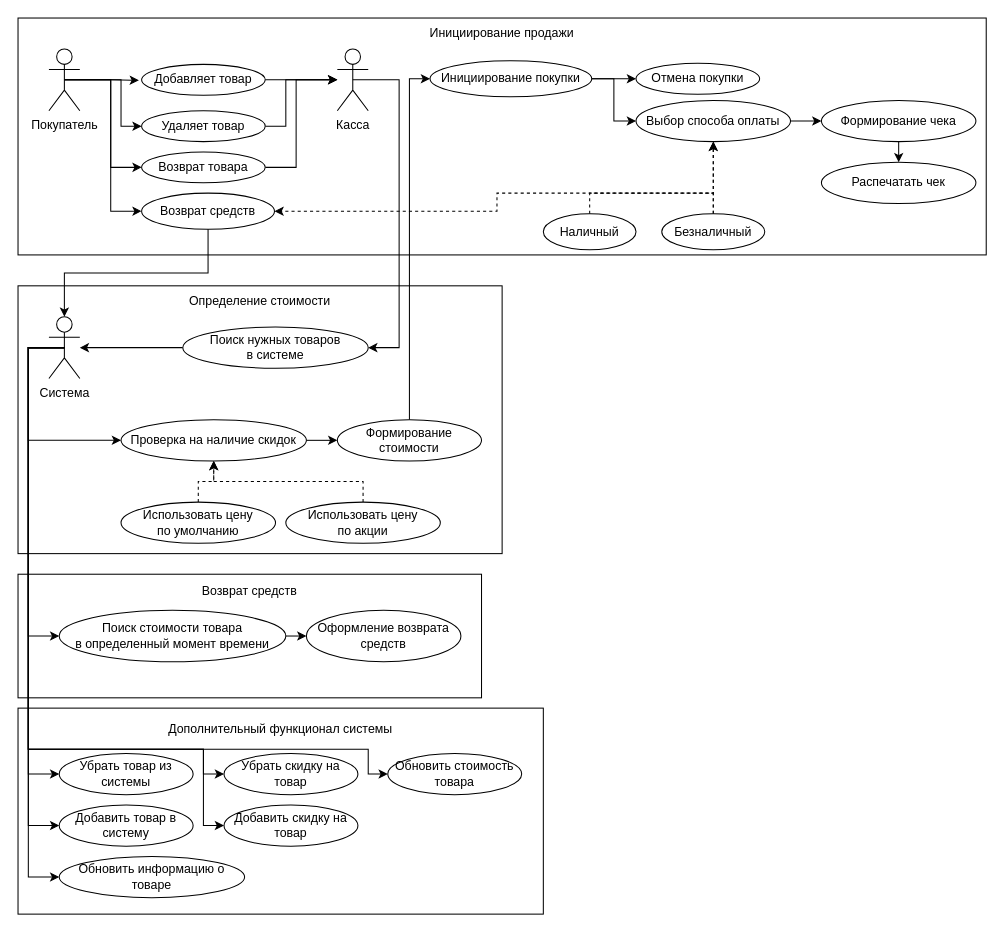
Before: page "Страница — 2" (2 of 3) of Диаграмма без названия.drawio in IlyaSannikow/Machine-learning, a draw.io diagram. Source tidied: cells renumbered, new cells numbered last; positions are measured from the earlier drawing's top-left corner, leaving out a move shared by most shapes. Both pictures are drawn from the tidied source at 103%, with x=0, y=0 at pixel (18, 18).
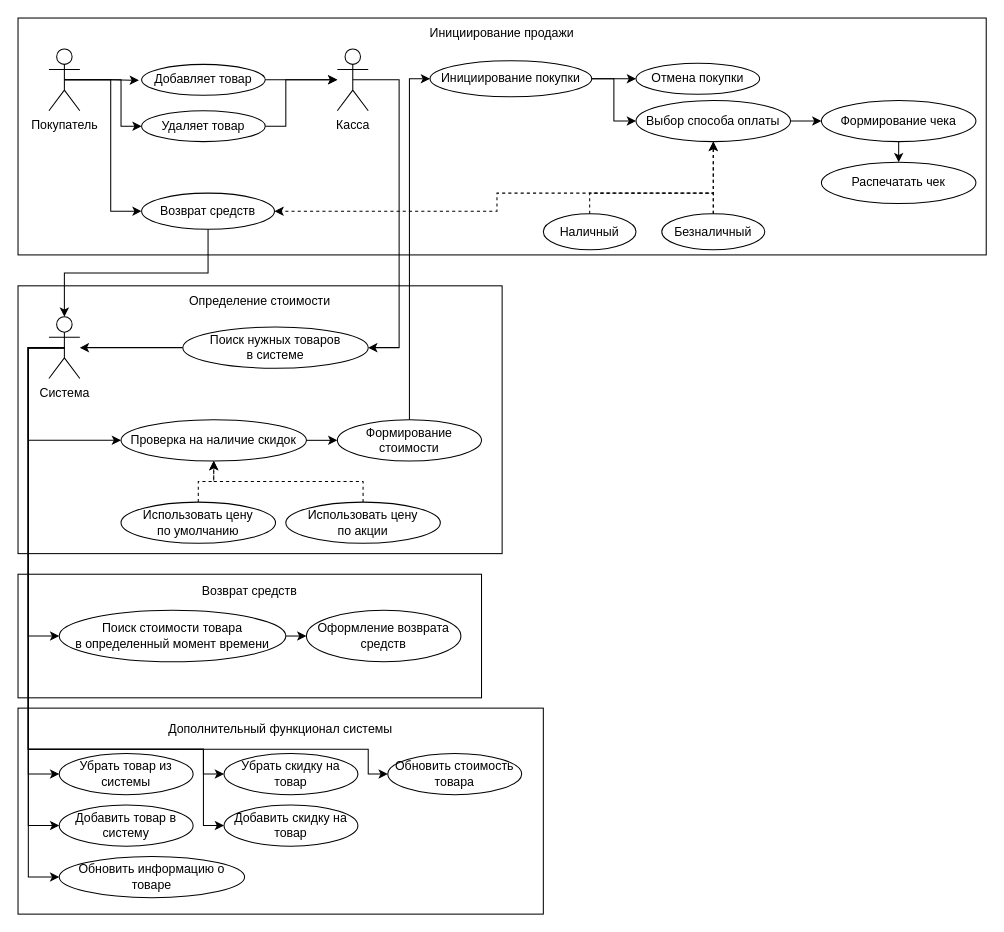
The same page after the edit.

The change refers to these unchanged cells:
```xml
<mxCell id="9" value="Покупатель" style="shape=umlActor;verticalLabelPosition=bottom;verticalAlign=top;html=1;" parent="1" vertex="1">
  <mxGeometry x="30" y="30" width="30" height="60" as="geometry" />
</mxCell>
<mxCell id="11" value="Касса" style="shape=umlActor;verticalLabelPosition=bottom;verticalAlign=top;html=1;" parent="1" vertex="1">
  <mxGeometry x="310" y="30" width="30" height="60" as="geometry" />
</mxCell>
```

Diff of the diagram source:
```diff
@@
-    <mxCell id="7" style="edgeStyle=orthogonalEdgeStyle;rounded=0;jettySize=auto;html=1;exitX=0.5;exitY=0.5;exitDx=0;exitDy=0;exitPerimeter=0;entryX=0;entryY=0.5;entryDx=0;entryDy=0;" parent="1" edge="1" source="9" target="18">
-      <mxGeometry relative="1" as="geometry">
-        <Array as="points">
-          <mxPoint x="90" y="60" />
-          <mxPoint x="90" y="145" />
-        </Array>
-      </mxGeometry>
-    </mxCell>
@@
-    <mxCell id="17" style="edgeStyle=orthogonalEdgeStyle;rounded=0;jettySize=auto;html=1;exitX=1;exitY=0.5;exitDx=0;exitDy=0;" parent="1" edge="1" source="18" target="11">
-      <mxGeometry relative="1" as="geometry">
-        <Array as="points">
-          <mxPoint x="270" y="145" />
-          <mxPoint x="270" y="60" />
-        </Array>
-      </mxGeometry>
-    </mxCell>
-    <mxCell id="18" value="Возврат товара" style="ellipse;whiteSpace=wrap;html=1;" parent="1" vertex="1">
-      <mxGeometry x="120" y="130" width="120" height="30" as="geometry" />
-    </mxCell>
```
